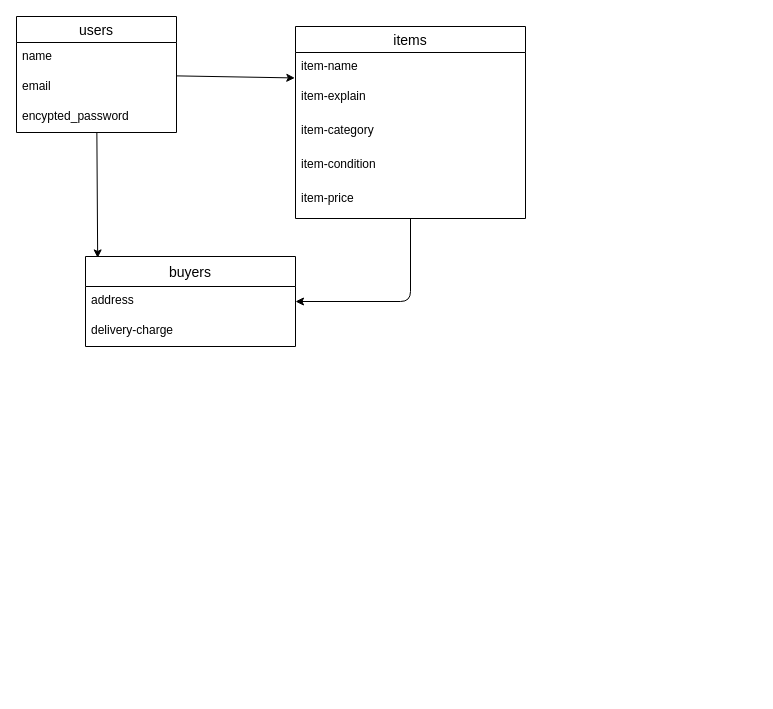
The draw.io diagram ER図.dio in piroyuki666/furima-38024, before the edit. Source tidied: cells renumbered, new cells numbered last; positions are measured from the earlier drawing's top-left corner, leaving out a move shared by most shapes. Both pictures are drawn from the tidied source at 100%, with x=0, y=0 at pixel (16, 16).
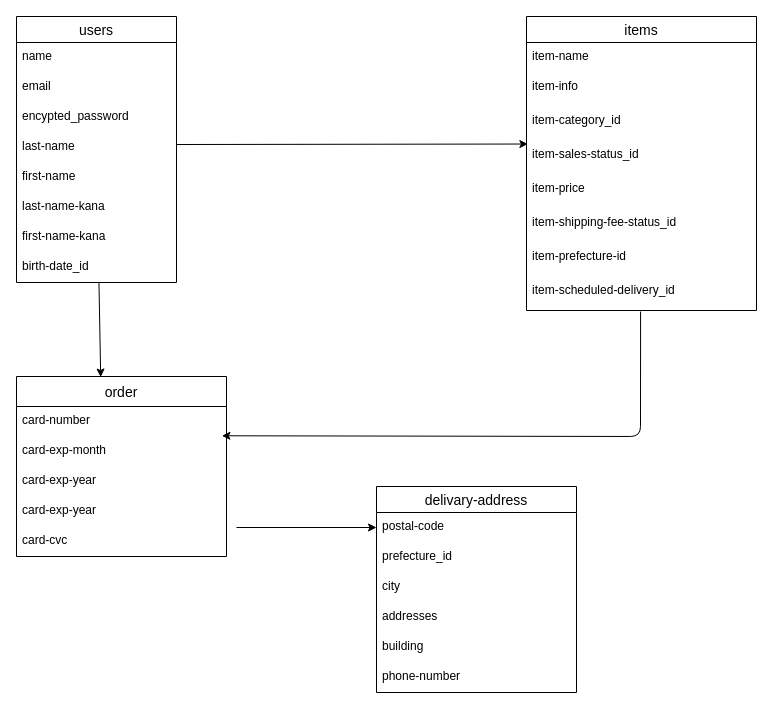
The same page after the edit.

Commit message (it also covers changes not shown here):
ER図修正＆README修正

Diff of the diagram source:
```diff
@@
-    <mxCell id="2" style="edgeStyle=none;html=1;entryX=0.058;entryY=0.016;entryDx=0;entryDy=0;entryPerimeter=0;" parent="1" edge="1" source="3" target="14">
+    <mxCell id="2" style="edgeStyle=none;html=1;entryX=0.401;entryY=0.003;entryDx=0;entryDy=0;entryPerimeter=0;" parent="1" edge="1" source="3" target="14">
       <mxGeometry relative="1" as="geometry" />
     </mxCell>
     <mxCell id="3" value="users" style="swimlane;fontStyle=0;horizontal=1;startSize=26;align=center;fontSize=14;" parent="1" vertex="1">
-      <mxGeometry width="160" height="116" as="geometry" />
+      <mxGeometry width="160" height="266" as="geometry" />
     </mxCell>
@@
+    <mxCell id="18" value="last-name" style="text;strokeColor=none;fillColor=none;spacingLeft=4;spacingRight=4;overflow=hidden;fontSize=12;" parent="3" vertex="1">
+      <mxGeometry y="116" width="160" height="30" as="geometry" />
+    </mxCell>
+    <mxCell id="19" value="first-name" style="text;strokeColor=none;fillColor=none;spacingLeft=4;spacingRight=4;overflow=hidden;fontSize=12;" parent="3" vertex="1">
+      <mxGeometry y="146" width="160" height="30" as="geometry" />
+    </mxCell>
+    <mxCell id="20" value="last-name-kana" style="text;strokeColor=none;fillColor=none;spacingLeft=4;spacingRight=4;overflow=hidden;fontSize=12;" parent="3" vertex="1">
+      <mxGeometry y="176" width="160" height="30" as="geometry" />
+    </mxCell>
+    <mxCell id="21" value="first-name-kana" style="text;strokeColor=none;fillColor=none;spacingLeft=4;spacingRight=4;overflow=hidden;fontSize=12;" parent="3" vertex="1">
+      <mxGeometry y="206" width="160" height="30" as="geometry" />
+    </mxCell>
+    <mxCell id="22" value="birth-date_id" style="text;strokeColor=none;fillColor=none;spacingLeft=4;spacingRight=4;overflow=hidden;fontSize=12;" parent="3" vertex="1">
+      <mxGeometry y="236" width="160" height="30" as="geometry" />
+    </mxCell>
-    <mxCell id="7" style="edgeStyle=none;html=1;entryX=1;entryY=0.5;entryDx=0;entryDy=0;" parent="1" edge="1" source="8" target="15">
+    <mxCell id="7" style="edgeStyle=none;html=1;entryX=0.978;entryY=-0.024;entryDx=0;entryDy=0;exitX=0.496;exitY=1.029;exitDx=0;exitDy=0;exitPerimeter=0;entryPerimeter=0;" parent="1" edge="1" source="25" target="27">
       <mxGeometry relative="1" as="geometry">
         <Array as="points">
-          <mxPoint x="394" y="285" />
+          <mxPoint x="624" y="420" />
         </Array>
       </mxGeometry>
     </mxCell>
     <mxCell id="8" value="items" style="swimlane;fontStyle=0;horizontal=1;startSize=26;align=center;fontSize=14;" parent="1" vertex="1">
-      <mxGeometry x="279" y="10" width="230" height="192" as="geometry" />
+      <mxGeometry x="510" width="230" height="294" as="geometry" />
     </mxCell>
@@
-    <mxCell id="10" value="item-explain" style="text;strokeColor=none;fillColor=none;spacingLeft=4;spacingRight=4;overflow=hidden;points=[[0,0.5],[1,0.5]];portConstraint=eastwest;fontSize=12;" parent="8" vertex="1">
+    <mxCell id="10" value="item-info" style="text;strokeColor=none;fillColor=none;spacingLeft=4;spacingRight=4;overflow=hidden;points=[[0,0.5],[1,0.5]];portConstraint=eastwest;fontSize=12;" parent="8" vertex="1">
       <mxGeometry y="56" width="230" height="34" as="geometry" />
     </mxCell>
-    <mxCell id="11" value="item-category" style="text;strokeColor=none;fillColor=none;spacingLeft=4;spacingRight=4;overflow=hidden;fontSize=12;" parent="8" vertex="1">
+    <mxCell id="11" value="item-category_id" style="text;strokeColor=none;fillColor=none;spacingLeft=4;spacingRight=4;overflow=hidden;fontSize=12;" parent="8" vertex="1">
       <mxGeometry y="90" width="230" height="34" as="geometry" />
     </mxCell>
-    <mxCell id="12" value="item-condition" style="text;strokeColor=none;fillColor=none;spacingLeft=4;spacingRight=4;overflow=hidden;points=[[0,0.5],[1,0.5]];portConstraint=eastwest;fontSize=12;" parent="8" vertex="1">
+    <mxCell id="12" value="item-sales-status_id" style="text;strokeColor=none;fillColor=none;spacingLeft=4;spacingRight=4;overflow=hidden;points=[[0,0.5],[1,0.5]];portConstraint=eastwest;fontSize=12;" parent="8" vertex="1">
       <mxGeometry y="124" width="230" height="34" as="geometry" />
     </mxCell>
@@
+    <mxCell id="23" value="item-shipping-fee-status_id" style="text;strokeColor=none;fillColor=none;spacingLeft=4;spacingRight=4;overflow=hidden;fontSize=12;" parent="8" vertex="1">
+      <mxGeometry y="192" width="230" height="34" as="geometry" />
+    </mxCell>
+    <mxCell id="24" value="item-prefecture-id" style="text;strokeColor=none;fillColor=none;spacingLeft=4;spacingRight=4;overflow=hidden;fontSize=12;" parent="8" vertex="1">
+      <mxGeometry y="226" width="230" height="34" as="geometry" />
+    </mxCell>
+    <mxCell id="25" value="item-scheduled-delivery_id" style="text;strokeColor=none;fillColor=none;spacingLeft=4;spacingRight=4;overflow=hidden;points=[[0,0.5],[1,0.5]];portConstraint=eastwest;fontSize=12;" parent="8" vertex="1">
+      <mxGeometry y="260" width="230" height="34" as="geometry" />
+    </mxCell>
+    <mxCell id="26" style="edgeStyle=none;html=1;entryX=0;entryY=0.5;entryDx=0;entryDy=0;" parent="1" edge="1" target="32">
+      <mxGeometry relative="1" as="geometry">
+        <mxPoint x="220" y="511" as="sourcePoint" />
+      </mxGeometry>
+    </mxCell>
-    <mxCell id="14" value="buyers" style="swimlane;fontStyle=0;horizontal=1;startSize=30;align=center;fontSize=14;" parent="1" vertex="1">
-      <mxGeometry x="69" y="240" width="210" height="90" as="geometry" />
+    <mxCell id="14" value="order" style="swimlane;fontStyle=0;horizontal=1;startSize=30;align=center;fontSize=14;" parent="1" vertex="1">
+      <mxGeometry y="360" width="210" height="180" as="geometry" />
     </mxCell>
-    <mxCell id="15" value="address" style="text;strokeColor=none;fillColor=none;spacingLeft=4;spacingRight=4;overflow=hidden;points=[[0,0.5],[1,0.5]];portConstraint=eastwest;fontSize=12;" parent="14" vertex="1">
-      <mxGeometry y="30" width="210" height="30" as="geometry" />
-    </mxCell>
-    <mxCell id="16" value="delivery-charge" style="text;strokeColor=none;fillColor=none;spacingLeft=4;spacingRight=4;overflow=hidden;fontSize=12;" parent="14" vertex="1">
-      <mxGeometry y="60" width="210" height="30" as="geometry" />
+    <mxCell id="16" value="card-number" style="text;strokeColor=none;fillColor=none;spacingLeft=4;spacingRight=4;overflow=hidden;fontSize=12;" parent="14" vertex="1">
+      <mxGeometry y="30" width="210" height="30" as="geometry" />
     </mxCell>
+    <mxCell id="27" value="card-exp-month" style="text;strokeColor=none;fillColor=none;spacingLeft=4;spacingRight=4;overflow=hidden;points=[[0,0.5],[1,0.5]];portConstraint=eastwest;fontSize=12;" parent="14" vertex="1">
+      <mxGeometry y="60" width="210" height="30" as="geometry" />
+    </mxCell>
+    <mxCell id="28" value="card-exp-year" style="text;strokeColor=none;fillColor=none;spacingLeft=4;spacingRight=4;overflow=hidden;fontSize=12;" parent="14" vertex="1">
+      <mxGeometry y="90" width="210" height="30" as="geometry" />
+    </mxCell>
+    <mxCell id="29" value="card-exp-year" style="text;strokeColor=none;fillColor=none;spacingLeft=4;spacingRight=4;overflow=hidden;fontSize=12;" parent="14" vertex="1">
+      <mxGeometry y="120" width="210" height="30" as="geometry" />
+    </mxCell>
+    <mxCell id="30" value="card-cvc" style="text;strokeColor=none;fillColor=none;spacingLeft=4;spacingRight=4;overflow=hidden;fontSize=12;" parent="14" vertex="1">
+      <mxGeometry y="150" width="210" height="30" as="geometry" />
+    </mxCell>
-    <mxCell id="17" style="html=1;entryX=-0.003;entryY=-0.134;entryDx=0;entryDy=0;entryPerimeter=0;" parent="1" edge="1" source="3" target="10">
-      <mxGeometry relative="1" as="geometry" />
+    <mxCell id="17" style="html=1;entryX=0.006;entryY=0.104;entryDx=0;entryDy=0;entryPerimeter=0;" parent="1" edge="1" target="12">
+      <mxGeometry relative="1" as="geometry">
+        <mxPoint x="160" y="128" as="sourcePoint" />
+      </mxGeometry>
     </mxCell>
+    <mxCell id="31" value="delivary-address" style="swimlane;fontStyle=0;horizontal=1;startSize=26;align=center;fontSize=14;" parent="1" vertex="1">
+      <mxGeometry x="360" y="470" width="200" height="206" as="geometry" />
+    </mxCell>
+    <mxCell id="32" value="postal-code" style="text;strokeColor=none;fillColor=none;spacingLeft=4;spacingRight=4;overflow=hidden;points=[[0,0.5],[1,0.5]];portConstraint=eastwest;fontSize=12;" parent="31" vertex="1">
+      <mxGeometry y="26" width="200" height="30" as="geometry" />
+    </mxCell>
+    <mxCell id="33" value="prefecture_id" style="text;strokeColor=none;fillColor=none;spacingLeft=4;spacingRight=4;overflow=hidden;fontSize=12;" parent="31" vertex="1">
+      <mxGeometry y="56" width="200" height="30" as="geometry" />
+    </mxCell>
+    <mxCell id="34" value="city" style="text;strokeColor=none;fillColor=none;spacingLeft=4;spacingRight=4;overflow=hidden;fontSize=12;" parent="31" vertex="1">
+      <mxGeometry y="86" width="200" height="30" as="geometry" />
+    </mxCell>
+    <mxCell id="35" value="addresses" style="text;strokeColor=none;fillColor=none;spacingLeft=4;spacingRight=4;overflow=hidden;fontSize=12;" parent="31" vertex="1">
+      <mxGeometry y="116" width="200" height="30" as="geometry" />
+    </mxCell>
+    <mxCell id="36" value="building" style="text;strokeColor=none;fillColor=none;spacingLeft=4;spacingRight=4;overflow=hidden;fontSize=12;" parent="31" vertex="1">
+      <mxGeometry y="146" width="200" height="30" as="geometry" />
+    </mxCell>
+    <mxCell id="37" value="phone-number" style="text;strokeColor=none;fillColor=none;spacingLeft=4;spacingRight=4;overflow=hidden;fontSize=12;" parent="31" vertex="1">
+      <mxGeometry y="176" width="200" height="30" as="geometry" />
+    </mxCell>
```
